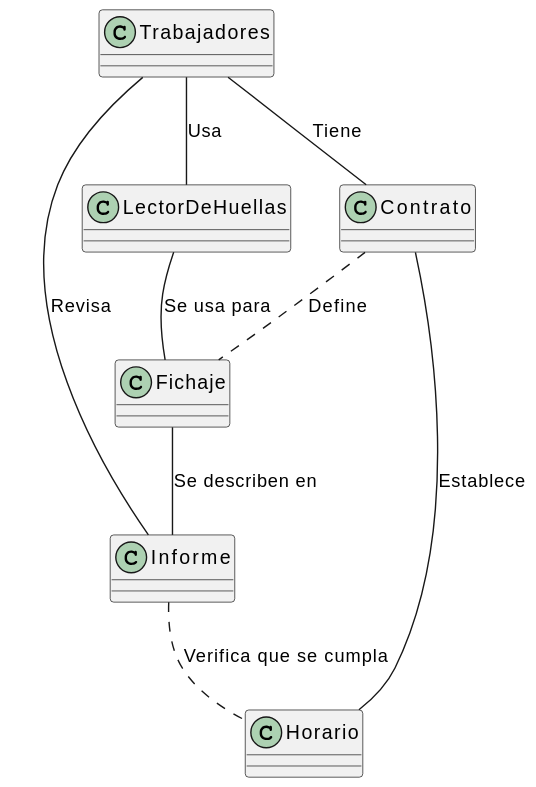
Above: imagenes/modelosUML/modeloDelDominio/diagramaClases/mdd003.svg in mmasias/23-24-IdSw1-SDR (PlantUML), before the change.
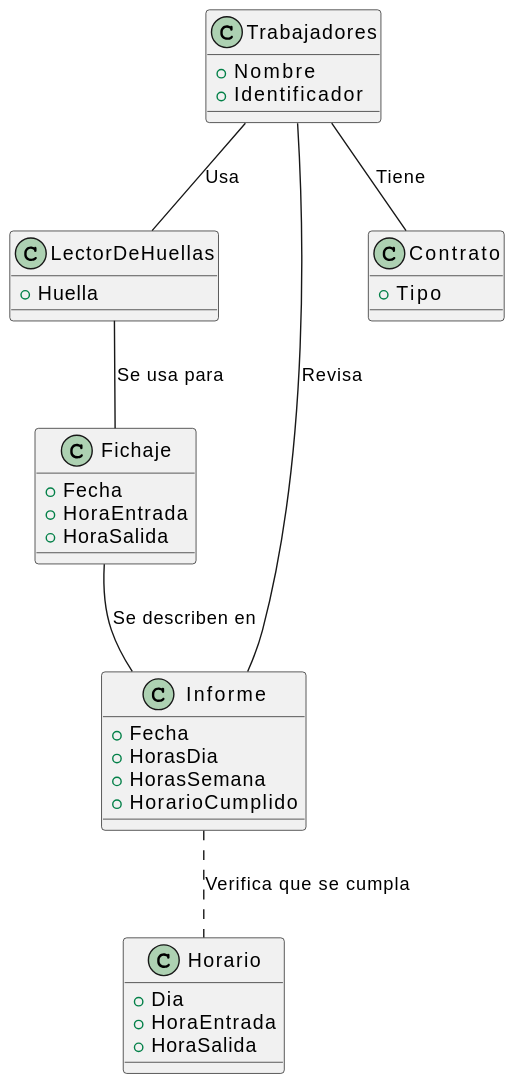
Above is the later version.

The edit, as a diff of the source:
```diff
@@ -1,23 +1,37 @@
 @startuml
 class Trabajadores{
+    + Nombre
+    + Identificador
 }
 class LectorDeHuellas{
+    + Huella
 }
 class Fichaje{
+    + Fecha
+    + HoraEntrada
+    + HoraSalida
 }
 class Informe{
+    + Fecha
+    + HorasDia
+    + HorasSemana
+    +HorarioCumplido
 }
 class Horario{
+    + Dia
+    + HoraEntrada
+    + HoraSalida
 }
 class Contrato{
+    + Tipo
 }
+
 
 Trabajadores -- Contrato : Tiene
 Trabajadores -- LectorDeHuellas : Usa
 LectorDeHuellas -- Fichaje : Se usa para
 Fichaje -- Informe : Se describen en
 Informe .. Horario : Verifica que se cumpla
+
 Trabajadores -- Informe : Revisa
-Contrato -- Horario : Establece
-Contrato .. Fichaje : Define
 @enduml
```
